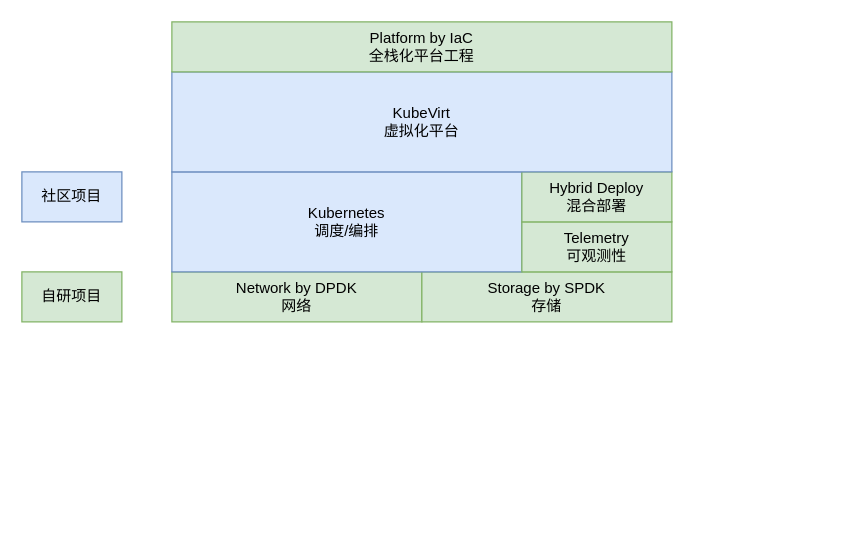
wushengjianzong/infrastructure keeps this draw.io diagram as kubevirt/architecture-2.drawio. Above is the earlier version. Source tidied: cells renumbered, new cells numbered last; positions are measured from the earlier drawing's top-left corner, leaving out a move shared by most shapes. Both pictures are drawn from the tidied source at 125%, with x=0, y=0 at pixel (21, 21).
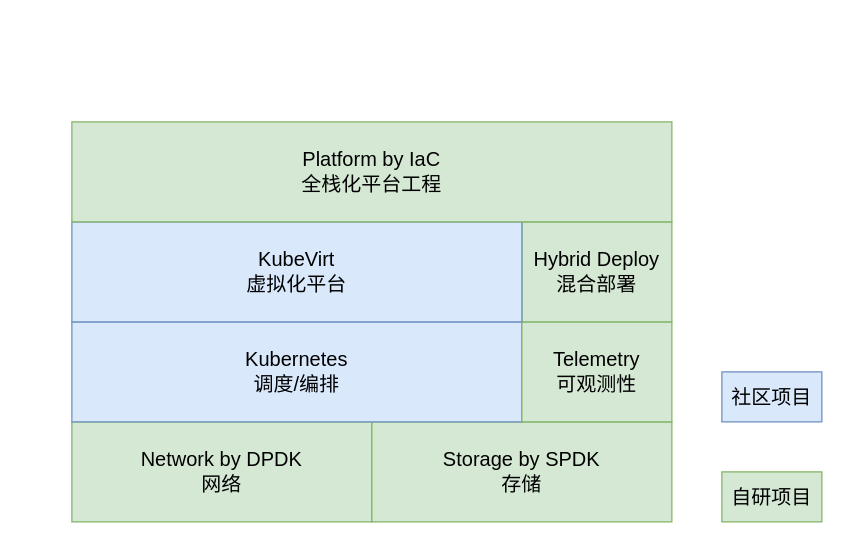
The same page after the edit.

Change to the diagram source:
```diff
@@
 <mxGraphModel>
   <root>
     <mxCell id="0" />
     <mxCell id="1" parent="0" />
-    <mxCell id="2" value="Network by DPDK&lt;br&gt;网络" style="rounded=0;whiteSpace=wrap;html=1;fillColor=#d5e8d4;strokeColor=#82b366;" parent="1" vertex="1">
-      <mxGeometry x="120" y="200" width="200" height="40" as="geometry" />
+    <mxCell id="2" value="Network by DPDK&lt;br style=&quot;font-size: 16px;&quot;&gt;网络" style="rounded=0;whiteSpace=wrap;html=1;fillColor=#d5e8d4;strokeColor=#82b366;fontSize=16;" parent="1" vertex="1">
+      <mxGeometry x="40" y="320" width="240" height="80" as="geometry" />
     </mxCell>
-    <mxCell id="3" value="Storage by SPDK&lt;br&gt;存储" style="rounded=0;whiteSpace=wrap;html=1;fillColor=#d5e8d4;strokeColor=#82b366;" parent="1" vertex="1">
-      <mxGeometry x="320" y="200" width="200" height="40" as="geometry" />
+    <mxCell id="3" value="Storage by SPDK&lt;br style=&quot;font-size: 16px;&quot;&gt;存储" style="rounded=0;whiteSpace=wrap;html=1;fillColor=#d5e8d4;strokeColor=#82b366;fontSize=16;" parent="1" vertex="1">
+      <mxGeometry x="280" y="320" width="240" height="80" as="geometry" />
     </mxCell>
-    <mxCell id="4" value="Kubernetes&lt;br&gt;调度/编排" style="rounded=0;whiteSpace=wrap;html=1;fillColor=#dae8fc;strokeColor=#6c8ebf;" parent="1" vertex="1">
-      <mxGeometry x="120" y="120" width="280" height="80" as="geometry" />
+    <mxCell id="4" value="Kubernetes&lt;br style=&quot;font-size: 16px;&quot;&gt;调度/编排" style="rounded=0;whiteSpace=wrap;html=1;fillColor=#dae8fc;strokeColor=#6c8ebf;fontSize=16;" parent="1" vertex="1">
+      <mxGeometry x="40" y="240" width="360" height="80" as="geometry" />
     </mxCell>
-    <mxCell id="5" value="Telemetry&lt;br&gt;可观测性" style="rounded=0;whiteSpace=wrap;html=1;fillColor=#d5e8d4;strokeColor=#82b366;" parent="1" vertex="1">
-      <mxGeometry x="400" y="160" width="120" height="40" as="geometry" />
+    <mxCell id="5" value="Telemetry&lt;br style=&quot;font-size: 16px;&quot;&gt;可观测性" style="rounded=0;whiteSpace=wrap;html=1;fillColor=#d5e8d4;strokeColor=#82b366;fontSize=16;" parent="1" vertex="1">
+      <mxGeometry x="400" y="240" width="120" height="80" as="geometry" />
     </mxCell>
-    <mxCell id="6" value="Hybrid Deploy&lt;br&gt;混合部署" style="rounded=0;whiteSpace=wrap;html=1;fillColor=#d5e8d4;strokeColor=#82b366;" parent="1" vertex="1">
-      <mxGeometry x="400" y="120" width="120" height="40" as="geometry" />
+    <mxCell id="6" value="Hybrid Deploy&lt;br style=&quot;font-size: 16px;&quot;&gt;混合部署" style="rounded=0;whiteSpace=wrap;html=1;fillColor=#d5e8d4;strokeColor=#82b366;fontSize=16;" parent="1" vertex="1">
+      <mxGeometry x="400" y="160" width="120" height="80" as="geometry" />
     </mxCell>
-    <mxCell id="7" value="KubeVirt&lt;br&gt;虚拟化平台" style="rounded=0;whiteSpace=wrap;html=1;fillColor=#dae8fc;strokeColor=#6c8ebf;" parent="1" vertex="1">
-      <mxGeometry x="120" y="40" width="400" height="80" as="geometry" />
+    <mxCell id="7" value="KubeVirt&lt;br style=&quot;font-size: 16px;&quot;&gt;虚拟化平台" style="rounded=0;whiteSpace=wrap;html=1;fillColor=#dae8fc;strokeColor=#6c8ebf;fontSize=16;" parent="1" vertex="1">
+      <mxGeometry x="40" y="160" width="360" height="80" as="geometry" />
     </mxCell>
-    <mxCell id="8" value="社区项目" style="rounded=0;whiteSpace=wrap;html=1;fillColor=#dae8fc;strokeColor=#6c8ebf;" parent="1" vertex="1">
-      <mxGeometry y="120" width="80" height="40" as="geometry" />
+    <mxCell id="8" value="社区项目" style="rounded=0;whiteSpace=wrap;html=1;fillColor=#dae8fc;strokeColor=#6c8ebf;fontSize=16;" parent="1" vertex="1">
+      <mxGeometry x="560" y="280" width="80" height="40" as="geometry" />
     </mxCell>
-    <mxCell id="9" value="自研项目" style="rounded=0;whiteSpace=wrap;html=1;fillColor=#d5e8d4;strokeColor=#82b366;" parent="1" vertex="1">
-      <mxGeometry y="200" width="80" height="40" as="geometry" />
+    <mxCell id="9" value="自研项目" style="rounded=0;whiteSpace=wrap;html=1;fillColor=#d5e8d4;strokeColor=#82b366;fontSize=16;" parent="1" vertex="1">
+      <mxGeometry x="560" y="360" width="80" height="40" as="geometry" />
     </mxCell>
-    <mxCell id="10" value="Platform by IaC&lt;br&gt;全栈化平台工程" style="rounded=0;whiteSpace=wrap;html=1;fillColor=#d5e8d4;strokeColor=#82b366;" parent="1" vertex="1">
-      <mxGeometry x="120" width="400" height="40" as="geometry" />
+    <mxCell id="10" value="Platform by IaC&lt;br style=&quot;font-size: 16px;&quot;&gt;全栈化平台工程" style="rounded=0;whiteSpace=wrap;html=1;fillColor=#d5e8d4;strokeColor=#82b366;fontSize=16;" parent="1" vertex="1">
+      <mxGeometry x="40" y="80" width="480" height="80" as="geometry" />
     </mxCell>
   </root>
 </mxGraphModel>
```
